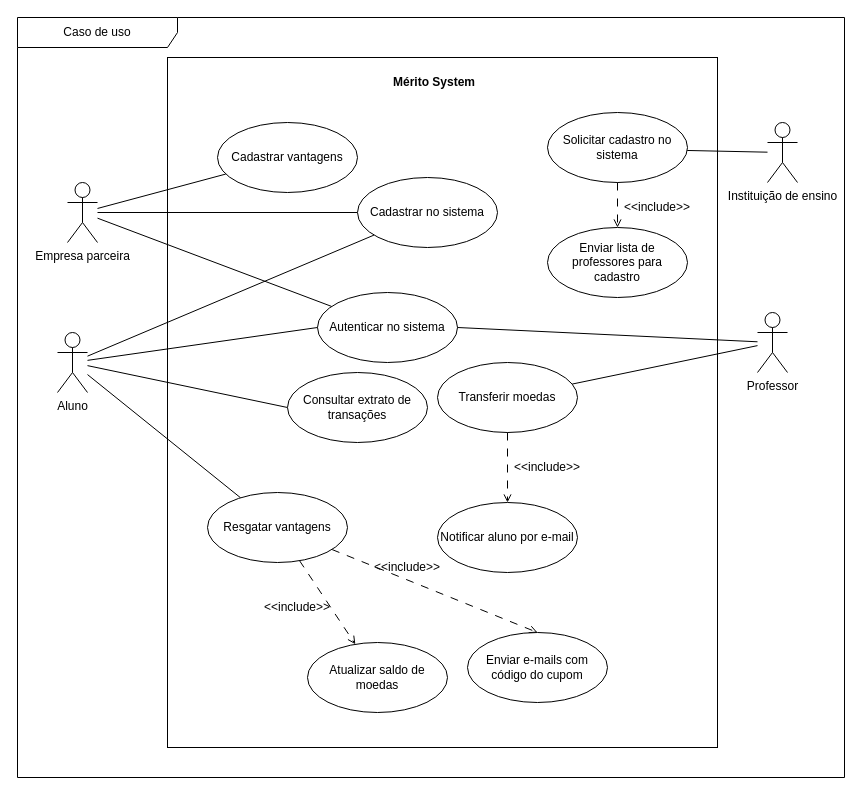
The draw.io diagram page "Caso de uso" (2 of 2) of Projeto/lab3.drawio in Renato-Paganini/LDS-LAB03, before the edit. Source tidied: cells renumbered, new cells numbered last; positions are measured from the earlier drawing's top-left corner, leaving out a move shared by most shapes. Both pictures are drawn from the tidied source at 100%, with x=0, y=0 at pixel (17, 17).
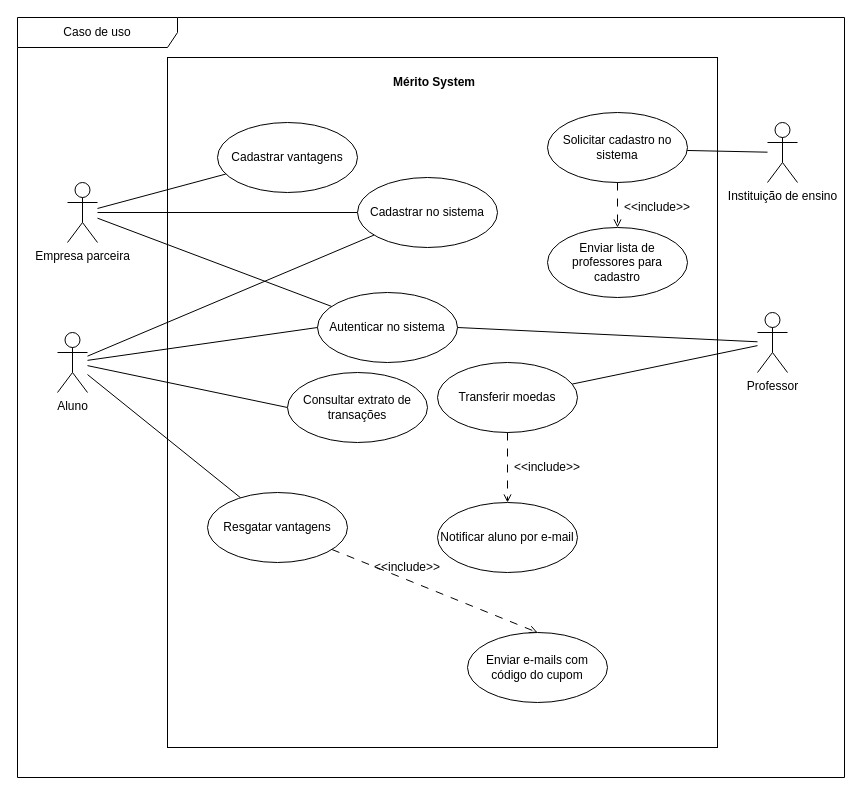
Above is the later version.

The change refers to these unchanged cells:
```xml
<mxCell id="2" value="Caso de uso" style="shape=umlFrame;whiteSpace=wrap;html=1;width=160;" parent="1" vertex="1">
  <mxGeometry width="827" height="760" as="geometry" />
</mxCell>
<mxCell id="24" value="Resgatar vantagens" style="ellipse;whiteSpace=wrap;html=1;" parent="2" vertex="1">
  <mxGeometry x="190" y="475" width="140" height="70" as="geometry" />
</mxCell>
```

Change to the diagram source:
```diff
@@
-    <mxCell id="22" style="rounded=0;jettySize=auto;html=1;fontFamily=Helvetica;fontSize=12;fontColor=default;dashed=1;dashPattern=8 8;endArrow=open;endFill=0;" parent="2" edge="1" source="24" target="33">
-      <mxGeometry relative="1" as="geometry" />
-    </mxCell>
@@
-    <mxCell id="33" value="Atualizar saldo de moedas" style="ellipse;whiteSpace=wrap;html=1;" parent="2" vertex="1">
-      <mxGeometry x="290" y="625" width="140" height="70" as="geometry" />
-    </mxCell>
-    <mxCell id="34" value="&amp;lt;&amp;lt;include&amp;gt;&amp;gt;" style="text;html=1;strokeColor=none;fillColor=none;align=center;verticalAlign=middle;whiteSpace=wrap;rounded=0;" parent="2" vertex="1">
-      <mxGeometry x="250" y="575" width="60" height="30" as="geometry" />
-    </mxCell>
```
